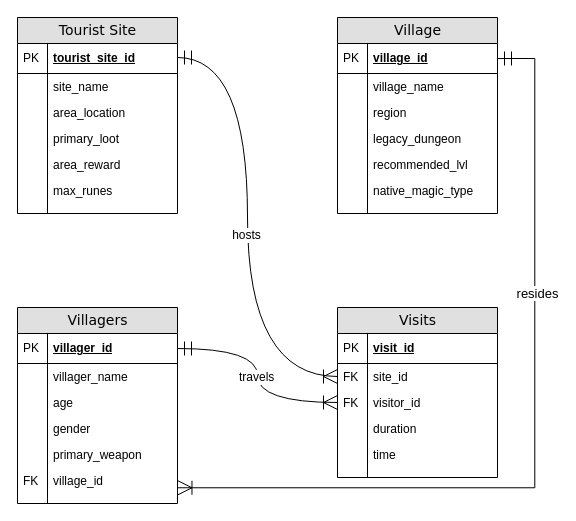
Above: ELDEN RING ERD.drawio in patrickabrena/sql-assignment-3 (draw.io), before the change. Source tidied: cells renumbered, new cells numbered last; positions are measured from the earlier drawing's top-left corner, leaving out a move shared by most shapes. Both pictures are drawn from the tidied source at 100%, with x=0, y=0 at pixel (17, 17).
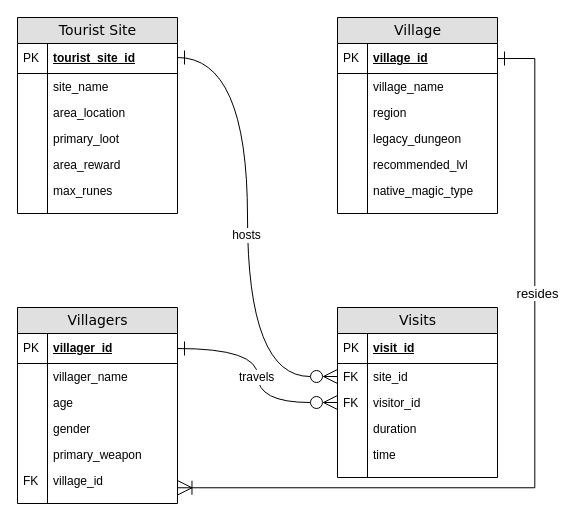
The same diagram, later.

The change refers to these unchanged cells:
```xml
<mxCell id="18" value="villager_id" style="shape=partialRectangle;top=0;left=0;right=0;bottom=1;html=1;align=left;verticalAlign=middle;fillColor=none;spacingLeft=34;spacingRight=4;whiteSpace=wrap;overflow=hidden;points=[[0,0.5],[1,0.5]];portConstraint=eastwest;fontStyle=5;" parent="17" vertex="1">
  <mxGeometry y="26" width="160" height="30" as="geometry" />
</mxCell>
<mxCell id="28" value="village_id" style="shape=partialRectangle;top=0;left=0;right=0;bottom=0;html=1;align=left;verticalAlign=top;fillColor=none;spacingLeft=34;spacingRight=4;whiteSpace=wrap;overflow=hidden;points=[[0,0.5],[1,0.5]];portConstraint=eastwest;" parent="17" vertex="1">
  <mxGeometry y="160" width="160" height="26" as="geometry" />
</mxCell>
<mxCell id="33" value="village_id" style="shape=partialRectangle;top=0;left=0;right=0;bottom=1;html=1;align=left;verticalAlign=middle;fillColor=none;spacingLeft=34;spacingRight=4;whiteSpace=wrap;overflow=hidden;points=[[0,0.5],[1,0.5]];portConstraint=eastwest;fontStyle=5;" parent="32" vertex="1">
  <mxGeometry y="26" width="160" height="30" as="geometry" />
</mxCell>
<mxCell id="50" value="site_id" style="shape=partialRectangle;top=0;left=0;right=0;bottom=0;html=1;align=left;verticalAlign=top;fillColor=none;spacingLeft=34;spacingRight=4;whiteSpace=wrap;overflow=hidden;points=[[0,0.5],[1,0.5]];portConstraint=eastwest;" parent="47" vertex="1">
  <mxGeometry y="56" width="160" height="26" as="geometry" />
</mxCell>
<mxCell id="52" value="visitor_id" style="shape=partialRectangle;top=0;left=0;right=0;bottom=0;html=1;align=left;verticalAlign=top;fillColor=none;spacingLeft=34;spacingRight=4;whiteSpace=wrap;overflow=hidden;points=[[0,0.5],[1,0.5]];portConstraint=eastwest;" parent="47" vertex="1">
  <mxGeometry y="82" width="160" height="26" as="geometry" />
</mxCell>
```

Change to the diagram source:
```diff
@@
-    <mxCell id="60" style="edgeStyle=orthogonalEdgeStyle;fontSize=12;html=1;endArrow=ERoneToMany;startArrow=ERmandOne;rounded=0;exitX=1;exitY=0.5;exitDx=0;exitDy=0;entryX=0;entryY=0.5;entryDx=0;entryDy=0;endSize=12;startSize=12;curved=1;" parent="1" edge="1" source="18" target="52">
+    <mxCell id="60" style="edgeStyle=orthogonalEdgeStyle;fontSize=12;html=1;endArrow=ERzeroToMany;startArrow=ERone;rounded=0;exitX=1;exitY=0.5;exitDx=0;exitDy=0;entryX=0;entryY=0.5;entryDx=0;entryDy=0;endSize=12;startSize=12;curved=1;startFill=0;endFill=0;" parent="1" edge="1" source="18" target="52">
       <mxGeometry relative="1" as="geometry" />
     </mxCell>
@@
-    <mxCell id="62" style="edgeStyle=orthogonalEdgeStyle;fontSize=12;html=1;endArrow=ERoneToMany;startArrow=ERmandOne;rounded=0;curved=1;entryX=0;entryY=0.5;entryDx=0;entryDy=0;endSize=12;startSize=12;" parent="1" edge="1" target="50">
+    <mxCell id="62" style="edgeStyle=orthogonalEdgeStyle;fontSize=12;html=1;endArrow=ERzeroToMany;startArrow=ERone;rounded=0;curved=1;entryX=0;entryY=0.5;entryDx=0;entryDy=0;endSize=12;startSize=12;startFill=0;endFill=0;" parent="1" edge="1" target="50">
       <mxGeometry relative="1" as="geometry">
         <mxPoint x="160" y="40" as="sourcePoint" />
         <Array as="points">
           <mxPoint x="230" y="40" />
           <mxPoint x="230" y="359" />
         </Array>
       </mxGeometry>
     </mxCell>
@@
-    <mxCell id="64" style="edgeStyle=elbowEdgeStyle;fontSize=12;html=1;endArrow=ERmandOne;startArrow=ERoneToMany;rounded=0;entryX=1;entryY=0.5;entryDx=0;entryDy=0;exitX=1.003;exitY=0.78;exitDx=0;exitDy=0;exitPerimeter=0;endSize=12;startSize=12;endFill=0;startFill=0;" parent="1" edge="1" source="28" target="33">
+    <mxCell id="64" style="edgeStyle=elbowEdgeStyle;fontSize=12;html=1;endArrow=ERone;startArrow=ERoneToMany;rounded=0;entryX=1;entryY=0.5;entryDx=0;entryDy=0;exitX=1.003;exitY=0.78;exitDx=0;exitDy=0;exitPerimeter=0;endSize=12;startSize=12;endFill=0;startFill=0;" parent="1" edge="1" source="28" target="33">
       <mxGeometry relative="1" as="geometry">
         <Array as="points">
           <mxPoint x="517.3" y="260" />
         </Array>
       </mxGeometry>
     </mxCell>
```
